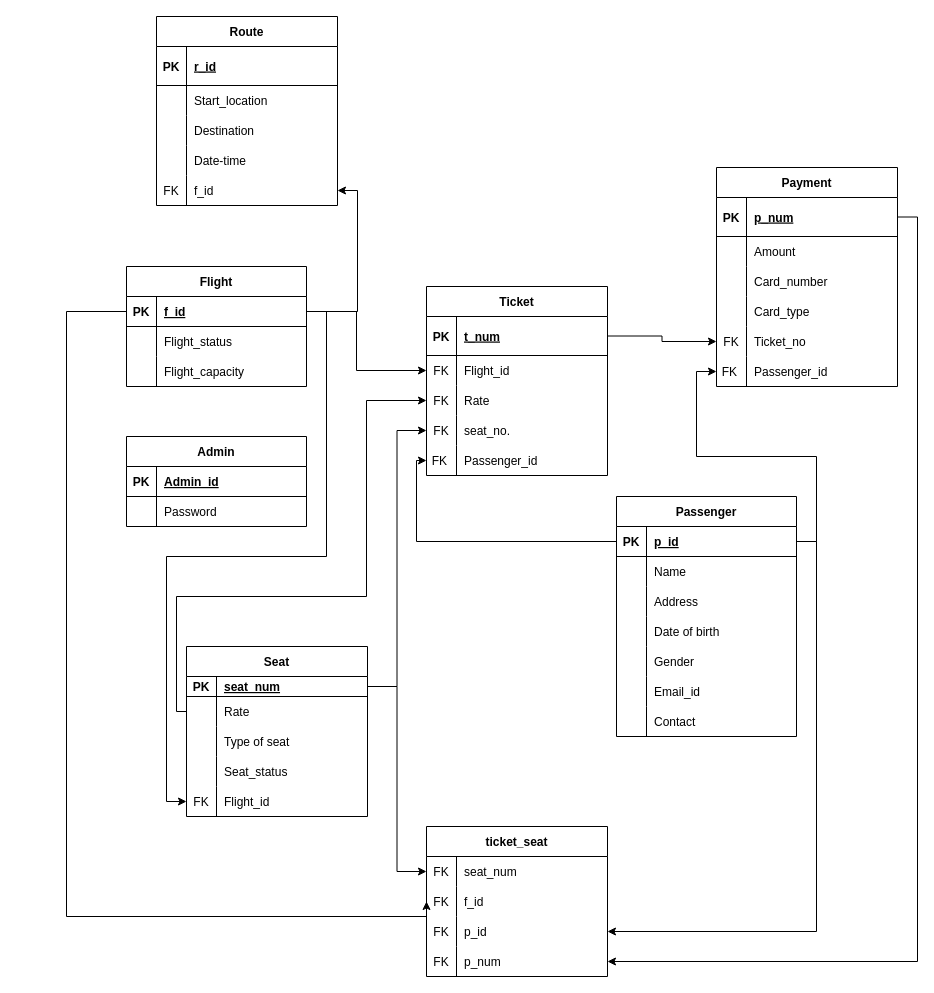
This is Diagrams/Relational-Schema.drawio from sh7vashrestha/AirlineManagementSystem, a draw.io file, before an edit. Source tidied: cells renumbered, new cells numbered last; positions are measured from the earlier drawing's top-left corner, leaving out a move shared by most shapes. Both pictures are drawn from the tidied source at 100%, with x=0, y=0 at pixel (66, 16).
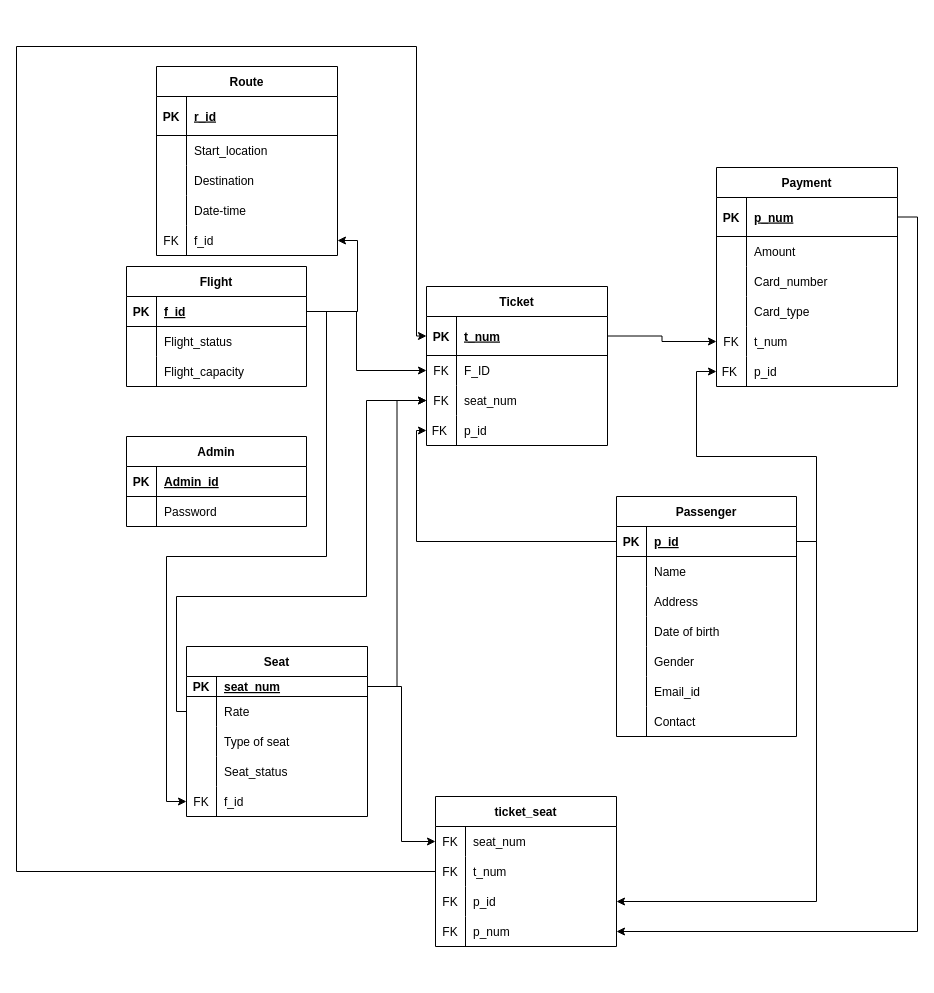
After the change.

Unchanged cells that the change refers to:
```xml
<mxCell id="3" style="shape=tableRow;horizontal=0;startSize=0;swimlaneHead=0;swimlaneBody=0;fillColor=none;points=[[0,0.5],[1,0.5]];portConstraint=eastwest;top=0;left=0;right=0;bottom=1;" parent="2" vertex="1">
  <mxGeometry y="30" width="180" height="30" as="geometry" />
</mxCell>
<mxCell id="25" style="shape=tableRow;horizontal=0;startSize=0;swimlaneHead=0;swimlaneBody=0;fillColor=none;points=[[0,0.5],[1,0.5]];portConstraint=eastwest;top=0;left=0;right=0;bottom=1;" parent="24" vertex="1">
  <mxGeometry y="30" width="180" height="30" as="geometry" />
</mxCell>
<mxCell id="35" style="shape=tableRow;horizontal=0;startSize=0;swimlaneHead=0;swimlaneBody=0;fillColor=none;points=[[0,0.5],[1,0.5]];portConstraint=eastwest;top=0;left=0;right=0;bottom=1;" parent="34" vertex="1">
  <mxGeometry y="30" width="181" height="39" as="geometry" />
</mxCell>
<mxCell id="38" style="shape=tableRow;horizontal=0;startSize=0;swimlaneHead=0;swimlaneBody=0;fillColor=none;points=[[0,0.5],[1,0.5]];portConstraint=eastwest;top=0;left=0;right=0;bottom=0;" parent="34" vertex="1">
  <mxGeometry y="69" width="181" height="30" as="geometry" />
</mxCell>
<mxCell id="54" style="shape=tableRow;horizontal=0;startSize=0;swimlaneHead=0;swimlaneBody=0;fillColor=none;points=[[0,0.5],[1,0.5]];portConstraint=eastwest;top=0;left=0;right=0;bottom=0;" parent="50" vertex="1">
  <mxGeometry y="50" width="181" height="30" as="geometry" />
</mxCell>
<mxCell id="63" style="shape=tableRow;horizontal=0;startSize=0;swimlaneHead=0;swimlaneBody=0;fillColor=none;points=[[0,0.5],[1,0.5]];portConstraint=eastwest;top=0;left=0;right=0;bottom=0;" parent="50" vertex="1">
  <mxGeometry y="140" width="181" height="30" as="geometry" />
</mxCell>
<mxCell id="95" style="shape=tableRow;horizontal=0;startSize=0;swimlaneHead=0;swimlaneBody=0;fillColor=none;points=[[0,0.5],[1,0.5]];portConstraint=eastwest;top=0;left=0;right=0;bottom=0;" parent="82" vertex="1">
  <mxGeometry y="159" width="181" height="30" as="geometry" />
</mxCell>
<mxCell id="98" style="shape=tableRow;horizontal=0;startSize=0;swimlaneHead=0;swimlaneBody=0;fillColor=none;points=[[0,0.5],[1,0.5]];portConstraint=eastwest;top=0;left=0;right=0;bottom=0;" parent="82" vertex="1">
  <mxGeometry y="189" width="181" height="30" as="geometry" />
</mxCell>
<mxCell id="120" style="shape=tableRow;horizontal=0;startSize=0;swimlaneHead=0;swimlaneBody=0;fillColor=none;points=[[0,0.5],[1,0.5]];portConstraint=eastwest;top=0;left=0;right=0;bottom=0;" parent="116" vertex="1">
  <mxGeometry y="60" width="181" height="30" as="geometry" />
</mxCell>
```

Diff of the diagram source:
```diff
@@
     <mxCell id="34" value="Ticket" style="shape=table;startSize=30;childLayout=tableLayout;rowLines=0;fontStyle=1;align=center;" parent="1" vertex="1">
-      <mxGeometry x="360" y="270" width="181" height="189" as="geometry" />
+      <mxGeometry x="360" y="270" width="181" height="159" as="geometry" />
     </mxCell>
@@
-    <mxCell id="40" value="Flight_id" style="shape=partialRectangle;fillColor=none;top=0;left=0;bottom=0;right=0;align=left;spacingLeft=6;overflow=hidden;" parent="38" vertex="1">
+    <mxCell id="40" value="F_ID" style="shape=partialRectangle;fillColor=none;top=0;left=0;bottom=0;right=0;align=left;spacingLeft=6;overflow=hidden;" parent="38" vertex="1">
       <mxGeometry x="30" width="151" height="30" as="geometry" />
     </mxCell>
-    <mxCell id="41" style="shape=tableRow;horizontal=0;startSize=0;swimlaneHead=0;swimlaneBody=0;fillColor=none;points=[[0,0.5],[1,0.5]];portConstraint=eastwest;top=0;left=0;right=0;bottom=0;" parent="34" vertex="1">
-      <mxGeometry y="99" width="181" height="30" as="geometry" />
-    </mxCell>
-    <mxCell id="42" value="FK" style="shape=partialRectangle;fillColor=none;top=0;left=0;bottom=0;right=0;overflow=hidden;" parent="41" vertex="1">
-      <mxGeometry width="30" height="30" as="geometry" />
-    </mxCell>
-    <mxCell id="43" value="Rate" style="shape=partialRectangle;fillColor=none;top=0;left=0;bottom=0;right=0;align=left;spacingLeft=6;overflow=hidden;" parent="41" vertex="1">
-      <mxGeometry x="30" width="151" height="30" as="geometry" />
-    </mxCell>
     <mxCell id="44" style="shape=tableRow;horizontal=0;startSize=0;swimlaneHead=0;swimlaneBody=0;fillColor=none;points=[[0,0.5],[1,0.5]];portConstraint=eastwest;top=0;left=0;right=0;bottom=0;" parent="34" vertex="1">
-      <mxGeometry y="129" width="181" height="30" as="geometry" />
+      <mxGeometry y="99" width="181" height="30" as="geometry" />
     </mxCell>
@@
-    <mxCell id="46" value="seat_no." style="shape=partialRectangle;fillColor=none;top=0;left=0;bottom=0;right=0;align=left;spacingLeft=6;overflow=hidden;" parent="44" vertex="1">
+    <mxCell id="46" value="seat_num" style="shape=partialRectangle;fillColor=none;top=0;left=0;bottom=0;right=0;align=left;spacingLeft=6;overflow=hidden;" parent="44" vertex="1">
       <mxGeometry x="30" width="151" height="30" as="geometry" />
     </mxCell>
     <mxCell id="47" style="shape=tableRow;horizontal=0;startSize=0;swimlaneHead=0;swimlaneBody=0;fillColor=none;points=[[0,0.5],[1,0.5]];portConstraint=eastwest;top=0;left=0;right=0;bottom=0;" parent="34" vertex="1">
-      <mxGeometry y="159" width="181" height="30" as="geometry" />
+      <mxGeometry y="129" width="181" height="30" as="geometry" />
     </mxCell>
@@
-    <mxCell id="49" value="Passenger_id" style="shape=partialRectangle;fillColor=none;top=0;left=0;bottom=0;right=0;align=left;spacingLeft=6;overflow=hidden;" parent="47" vertex="1">
+    <mxCell id="49" value="p_id" style="shape=partialRectangle;fillColor=none;top=0;left=0;bottom=0;right=0;align=left;spacingLeft=6;overflow=hidden;" parent="47" vertex="1">
       <mxGeometry x="30" width="151" height="30" as="geometry" />
     </mxCell>
@@
-    <mxCell id="65" value="Flight_id" style="shape=partialRectangle;fillColor=none;top=0;left=0;bottom=0;right=0;align=left;spacingLeft=6;overflow=hidden;" parent="63" vertex="1">
+    <mxCell id="65" value="f_id" style="shape=partialRectangle;fillColor=none;top=0;left=0;bottom=0;right=0;align=left;spacingLeft=6;overflow=hidden;" parent="63" vertex="1">
       <mxGeometry x="30" width="151" height="30" as="geometry" />
     </mxCell>
     <mxCell id="66" value="Route" style="shape=table;startSize=30;childLayout=tableLayout;rowLines=0;fontStyle=1;align=center;" parent="1" vertex="1">
-      <mxGeometry x="90" width="181" height="189" as="geometry" />
+      <mxGeometry x="90" y="50" width="181" height="189" as="geometry" />
     </mxCell>
@@
-    <mxCell id="97" value="Ticket_no" style="shape=partialRectangle;fillColor=none;top=0;left=0;bottom=0;right=0;align=left;spacingLeft=6;overflow=hidden;" parent="95" vertex="1">
+    <mxCell id="97" value="t_num" style="shape=partialRectangle;fillColor=none;top=0;left=0;bottom=0;right=0;align=left;spacingLeft=6;overflow=hidden;" parent="95" vertex="1">
       <mxGeometry x="30" width="151" height="30" as="geometry" />
     </mxCell>
@@
-    <mxCell id="100" value="Passenger_id" style="shape=partialRectangle;fillColor=none;top=0;left=0;bottom=0;right=0;align=left;spacingLeft=6;overflow=hidden;" parent="98" vertex="1">
+    <mxCell id="100" value="p_id" style="shape=partialRectangle;fillColor=none;top=0;left=0;bottom=0;right=0;align=left;spacingLeft=6;overflow=hidden;" parent="98" vertex="1">
       <mxGeometry x="30" width="151" height="30" as="geometry" />
     </mxCell>
@@
     <mxCell id="113" style="edgeStyle=orthogonalEdgeStyle;rounded=0;jettySize=auto;html=1;exitX=0;exitY=0.5;exitDx=0;exitDy=0;entryX=0;entryY=0.5;entryDx=0;entryDy=0;" parent="1" edge="1" source="3" target="47">
       <mxGeometry relative="1" as="geometry">
         <Array as="points">
           <mxPoint x="350" y="525" />
-          <mxPoint x="350" y="444" />
+          <mxPoint x="350" y="414" />
         </Array>
       </mxGeometry>
     </mxCell>
@@
-    <mxCell id="115" style="edgeStyle=orthogonalEdgeStyle;rounded=0;jettySize=auto;html=1;exitX=0;exitY=0.5;exitDx=0;exitDy=0;entryX=0;entryY=0.5;entryDx=0;entryDy=0;" parent="1" edge="1" source="54" target="41">
+    <mxCell id="115" style="edgeStyle=orthogonalEdgeStyle;rounded=0;jettySize=auto;html=1;exitX=0;exitY=0.5;exitDx=0;exitDy=0;entryX=0;entryY=0.5;entryDx=0;entryDy=0;" parent="1" edge="1" source="54">
       <mxGeometry relative="1" as="geometry">
+        <mxPoint x="360" y="384" as="targetPoint" />
         <Array as="points">
           <mxPoint x="110" y="695" />
           <mxPoint x="110" y="580" />
           <mxPoint x="300" y="580" />
           <mxPoint x="300" y="384" />
         </Array>
       </mxGeometry>
     </mxCell>
     <mxCell id="116" value="ticket_seat" style="shape=table;startSize=30;childLayout=tableLayout;rowLines=0;fontStyle=1;align=center;" parent="1" vertex="1">
-      <mxGeometry x="360" y="810" width="181" height="150" as="geometry" />
+      <mxGeometry x="369" y="780" width="181" height="150" as="geometry" />
     </mxCell>
@@
-    <mxCell id="122" value="f_id" style="shape=partialRectangle;fillColor=none;top=0;left=0;bottom=0;right=0;align=left;spacingLeft=6;overflow=hidden;" parent="120" vertex="1">
+    <mxCell id="122" value="t_num" style="shape=partialRectangle;fillColor=none;top=0;left=0;bottom=0;right=0;align=left;spacingLeft=6;overflow=hidden;" parent="120" vertex="1">
       <mxGeometry x="30" width="151" height="30" as="geometry" />
     </mxCell>
@@
-    <mxCell id="130" style="edgeStyle=orthogonalEdgeStyle;rounded=0;jettySize=auto;html=1;entryX=0;entryY=0.5;entryDx=0;entryDy=0;" parent="1" edge="1" source="25" target="120">
-      <mxGeometry relative="1" as="geometry">
-        <Array as="points">
-          <mxPoint y="295" />
-          <mxPoint y="900" />
-          <mxPoint x="360" y="900" />
-        </Array>
-      </mxGeometry>
-    </mxCell>
@@
+    <mxCell id="133" style="edgeStyle=orthogonalEdgeStyle;rounded=0;jettySize=auto;html=1;entryX=0;entryY=0.5;entryDx=0;entryDy=0;" parent="1" edge="1" source="120" target="35">
+      <mxGeometry relative="1" as="geometry">
+        <Array as="points">
+          <mxPoint x="-50" y="855" />
+          <mxPoint x="-50" y="30" />
+          <mxPoint x="350" y="30" />
+          <mxPoint x="350" y="320" />
+        </Array>
+      </mxGeometry>
+    </mxCell>
```
